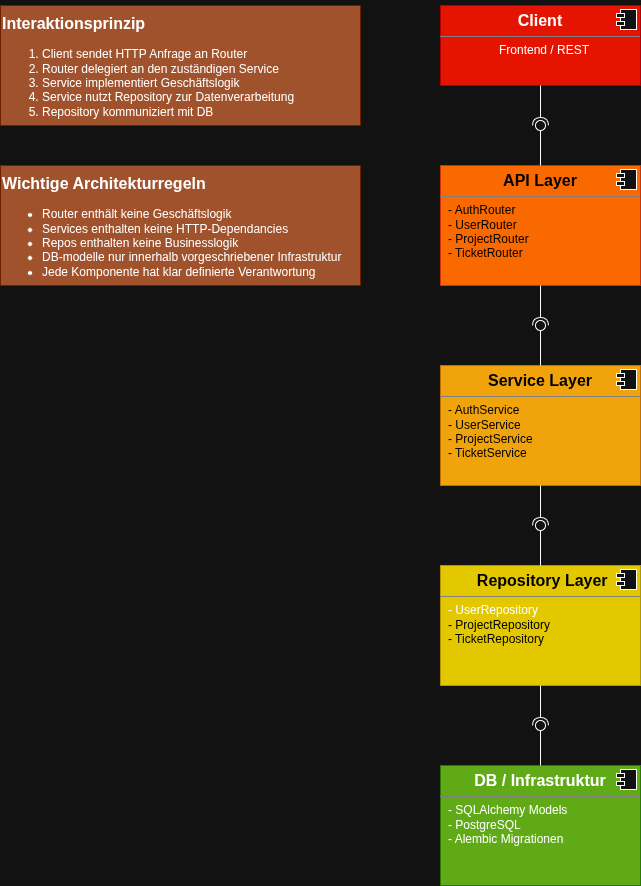
Earlier version of the draw.io export diagrams/component-diagram.png (CODERORCA/bugtracker-api). Source tidied: cells renumbered, new cells last; positions are measured from the earlier drawing's top-left corner, leaving out a move shared by most shapes.
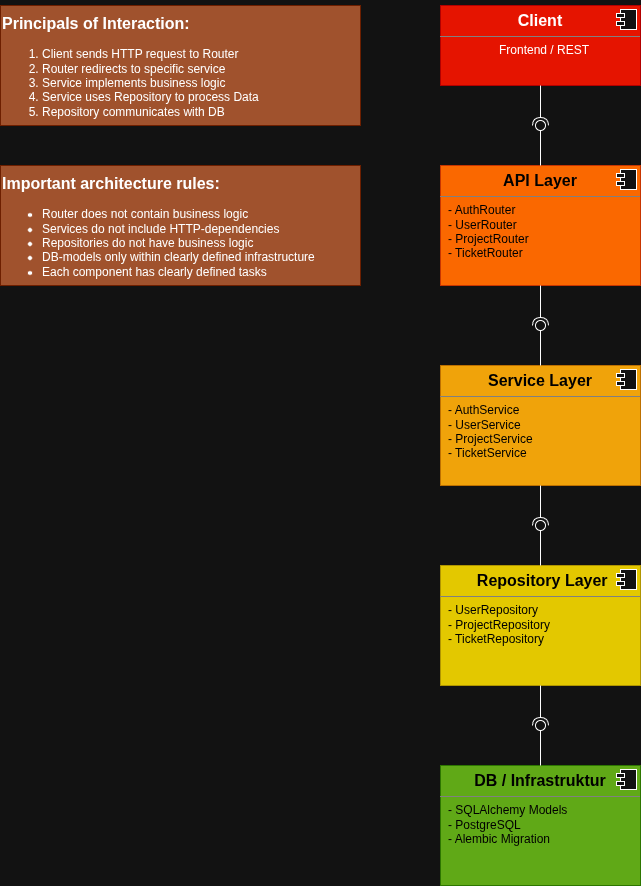
The same diagram one commit later.

Commit message:
updated Diagrams and added Domain diagram

Change to the diagram source:
```diff
@@ -39,7 +39,7 @@
     <mxCell id="10" style="ellipse;whiteSpace=wrap;html=1;align=center;fillColor=none;strokeColor=none;perimeter=centerPerimeter;" parent="1" vertex="1">
       <mxGeometry x="285" y="560" width="10" height="10" as="geometry" />
     </mxCell>
-    <mxCell id="11" value="&lt;p style=&quot;margin:0px;margin-top:6px;text-align:center;&quot;&gt;&lt;b&gt;&lt;font style=&quot;font-size: 16px;&quot;&gt;&amp;nbsp;Repository Layer&lt;/font&gt;&lt;/b&gt;&lt;/p&gt;&lt;hr size=&quot;1&quot; style=&quot;border-style:solid;&quot;&gt;&lt;p style=&quot;margin: 0px 0px 0px 8px;&quot;&gt;&lt;span style=&quot;background-color: transparent; color: light-dark(rgb(0, 0, 0), rgb(255, 255, 255));&quot;&gt;- UserRepository&lt;/span&gt;&lt;/p&gt;&lt;p style=&quot;margin: 0px 0px 0px 8px;&quot;&gt;- ProjectRepository&lt;/p&gt;&lt;p style=&quot;margin: 0px 0px 0px 8px;&quot;&gt;- TicketRepository&lt;/p&gt;" style="align=left;overflow=fill;html=1;whiteSpace=wrap;fillColor=#e3c800;fontColor=#000000;strokeColor=#B09500;" parent="1" vertex="1">
+    <mxCell id="11" value="&lt;p style=&quot;margin:0px;margin-top:6px;text-align:center;&quot;&gt;&lt;b&gt;&lt;font style=&quot;font-size: 16px; color: rgb(0, 0, 0);&quot;&gt;&amp;nbsp;Repository Layer&lt;/font&gt;&lt;/b&gt;&lt;/p&gt;&lt;hr size=&quot;1&quot; style=&quot;border-style:solid;&quot;&gt;&lt;p style=&quot;margin: 0px 0px 0px 8px;&quot;&gt;&lt;span style=&quot;background-color: transparent;&quot;&gt;&lt;font style=&quot;color: rgb(0, 0, 0);&quot;&gt;- UserRepository&lt;/font&gt;&lt;/span&gt;&lt;/p&gt;&lt;p style=&quot;margin: 0px 0px 0px 8px;&quot;&gt;&lt;font style=&quot;color: rgb(0, 0, 0);&quot;&gt;- ProjectRepository&lt;/font&gt;&lt;/p&gt;&lt;p style=&quot;margin: 0px 0px 0px 8px;&quot;&gt;&lt;font style=&quot;color: rgb(0, 0, 0);&quot;&gt;- TicketRepository&lt;/font&gt;&lt;/p&gt;" style="align=left;overflow=fill;html=1;whiteSpace=wrap;fillColor=#e3c800;fontColor=#000000;strokeColor=#B09500;" parent="1" vertex="1">
       <mxGeometry x="440" y="560" width="200" height="120" as="geometry" />
     </mxCell>
     <mxCell id="12" style="shape=component;jettyWidth=8;jettyHeight=4;" parent="11" vertex="1">
@@ -60,7 +60,7 @@
     <mxCell id="15" style="ellipse;whiteSpace=wrap;html=1;align=center;fillColor=none;strokeColor=none;perimeter=centerPerimeter;" parent="1" vertex="1">
       <mxGeometry x="285" y="530" width="10" height="10" as="geometry" />
     </mxCell>
-    <mxCell id="16" value="&lt;p style=&quot;margin:0px;margin-top:6px;text-align:center;&quot;&gt;&lt;span style=&quot;font-size: 16px;&quot;&gt;&lt;b&gt;DB / Infrastruktur&lt;/b&gt;&lt;/span&gt;&lt;/p&gt;&lt;hr size=&quot;1&quot; style=&quot;border-style:solid;&quot;&gt;&lt;p style=&quot;margin: 0px 0px 0px 8px;&quot;&gt;- SQLAlchemy Models&lt;/p&gt;&lt;p style=&quot;margin: 0px 0px 0px 8px;&quot;&gt;- PostgreSQL&lt;/p&gt;&lt;p style=&quot;margin: 0px 0px 0px 8px;&quot;&gt;- Alembic Migrationen&lt;/p&gt;" style="align=left;overflow=fill;html=1;whiteSpace=wrap;fillColor=#60a917;fontColor=#ffffff;strokeColor=#2D7600;" parent="1" vertex="1">
+    <mxCell id="16" value="&lt;p style=&quot;margin:0px;margin-top:6px;text-align:center;&quot;&gt;&lt;span style=&quot;font-size: 16px;&quot;&gt;&lt;b&gt;&lt;font style=&quot;color: rgb(0, 0, 0);&quot;&gt;DB / Infrastruktur&lt;/font&gt;&lt;/b&gt;&lt;/span&gt;&lt;/p&gt;&lt;hr size=&quot;1&quot; style=&quot;border-style:solid;&quot;&gt;&lt;p style=&quot;margin: 0px 0px 0px 8px;&quot;&gt;&lt;font style=&quot;color: rgb(0, 0, 0);&quot;&gt;- SQLAlchemy Models&lt;/font&gt;&lt;/p&gt;&lt;p style=&quot;margin: 0px 0px 0px 8px;&quot;&gt;&lt;font style=&quot;color: rgb(0, 0, 0);&quot;&gt;- PostgreSQL&lt;/font&gt;&lt;/p&gt;&lt;p style=&quot;margin: 0px 0px 0px 8px;&quot;&gt;&lt;font style=&quot;color: rgb(0, 0, 0);&quot;&gt;- Alembic Migration&lt;/font&gt;&lt;/p&gt;" style="align=left;overflow=fill;html=1;whiteSpace=wrap;fillColor=#60a917;fontColor=#ffffff;strokeColor=#2D7600;" parent="1" vertex="1">
       <mxGeometry x="440" y="760" width="200" height="120" as="geometry" />
     </mxCell>
     <mxCell id="17" style="shape=component;jettyWidth=8;jettyHeight=4;" parent="16" vertex="1">
@@ -78,10 +78,10 @@
         <mxPoint x="540" y="720" as="targetPoint" />
       </mxGeometry>
     </mxCell>
-    <mxCell id="20" value="&lt;h3&gt;&lt;font style=&quot;font-size: 16px;&quot;&gt;Interaktionsprinzip&lt;/font&gt;&lt;/h3&gt;&lt;div&gt;&lt;ol&gt;&lt;li&gt;Client sendet HTTP Anfrage an Router&lt;/li&gt;&lt;li&gt;Router delegiert an den zuständigen Service&lt;/li&gt;&lt;li&gt;Service implementiert Geschäftslogik&lt;/li&gt;&lt;li&gt;Service nutzt Repository zur Datenverarbeitung&lt;/li&gt;&lt;li&gt;Repository kommuniziert mit DB&lt;/li&gt;&lt;/ol&gt;&lt;/div&gt;" style="text;html=1;whiteSpace=wrap;strokeColor=#6D1F00;fillColor=#a0522d;align=left;verticalAlign=middle;rounded=0;fontColor=#ffffff;" parent="1" vertex="1">
+    <mxCell id="20" value="&lt;h3&gt;&lt;font style=&quot;font-size: 16px;&quot;&gt;Principals of Interaction:&lt;/font&gt;&lt;/h3&gt;&lt;div&gt;&lt;ol&gt;&lt;li&gt;Client sends HTTP request to Router&lt;/li&gt;&lt;li&gt;Router redirects to specific service&lt;/li&gt;&lt;li&gt;Service implements business logic&lt;/li&gt;&lt;li&gt;Service uses Repository to process Data&lt;/li&gt;&lt;li&gt;Repository communicates with DB&lt;/li&gt;&lt;/ol&gt;&lt;/div&gt;" style="text;html=1;whiteSpace=wrap;strokeColor=#6D1F00;fillColor=#a0522d;align=left;verticalAlign=middle;rounded=0;fontColor=#ffffff;" parent="1" vertex="1">
       <mxGeometry width="360" height="120" as="geometry" />
     </mxCell>
-    <mxCell id="21" value="&lt;h3&gt;&lt;span style=&quot;font-size: 16px;&quot;&gt;Wichtige Architekturregeln&lt;/span&gt;&lt;/h3&gt;&lt;div&gt;&lt;ul&gt;&lt;li&gt;&lt;font&gt;Router enthält keine Geschäftslogik&lt;/font&gt;&lt;/li&gt;&lt;li&gt;&lt;font&gt;Services enthalten keine HTTP-Dependancies&lt;/font&gt;&lt;/li&gt;&lt;li&gt;&lt;font&gt;Repos enthalten keine Businesslogik&lt;/font&gt;&lt;/li&gt;&lt;li&gt;&lt;font&gt;DB-modelle nur innerhalb vorgeschriebener Infrastruktur&lt;/font&gt;&lt;/li&gt;&lt;li&gt;&lt;font&gt;Jede Komponente hat klar definierte Verantwortung&lt;/font&gt;&lt;/li&gt;&lt;/ul&gt;&lt;/div&gt;" style="text;html=1;whiteSpace=wrap;strokeColor=#6D1F00;fillColor=#a0522d;align=left;verticalAlign=middle;rounded=0;fontColor=#ffffff;" parent="1" vertex="1">
+    <mxCell id="21" value="&lt;h3&gt;&lt;span style=&quot;font-size: 16px;&quot;&gt;Important architecture rules:&lt;/span&gt;&lt;/h3&gt;&lt;div&gt;&lt;ul&gt;&lt;li&gt;&lt;font&gt;Router does not contain business logic&lt;/font&gt;&lt;/li&gt;&lt;li&gt;&lt;font&gt;Services do not include HTTP-dependencies&lt;/font&gt;&lt;/li&gt;&lt;li&gt;&lt;font&gt;Repositories do not have business logic&lt;/font&gt;&lt;/li&gt;&lt;li&gt;&lt;font&gt;DB-models only within clearly defined infrastructure&lt;/font&gt;&lt;/li&gt;&lt;li&gt;&lt;font&gt;Each component has clearly defined tasks&lt;/font&gt;&lt;/li&gt;&lt;/ul&gt;&lt;/div&gt;" style="text;html=1;whiteSpace=wrap;strokeColor=#6D1F00;fillColor=#a0522d;align=left;verticalAlign=middle;rounded=0;fontColor=#ffffff;" parent="1" vertex="1">
       <mxGeometry y="160" width="360" height="120" as="geometry" />
     </mxCell>
     <mxCell id="22" style="rounded=0;jettySize=auto;html=1;endArrow=halfCircle;endFill=0;endSize=6;strokeWidth=1;sketch=0;" parent="1" edge="1" source="2">
```
